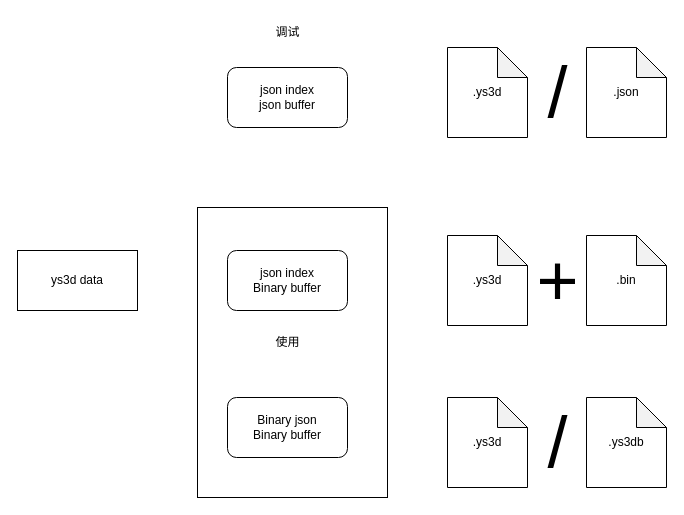
Harekaze-Misakiakeno/uml keeps this draw.io diagram as ys3d-data.drawio. Above is the earlier version. Source tidied: cells renumbered, new cells numbered last; positions are measured from the earlier drawing's top-left corner, leaving out a move shared by most shapes. Both pictures are drawn from the tidied source at 100%, with x=0, y=0 at pixel (17, 17).
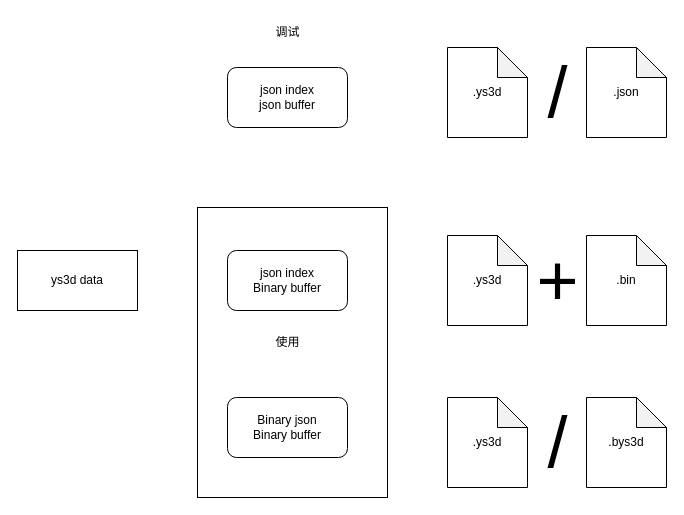
Above is the later version.

What changed in the source:
```diff
@@
 <mxGraphModel>
   <root>
     <mxCell id="0" />
     <mxCell id="1" parent="0" />
     <mxCell id="2" style="rounded=0;whiteSpace=wrap;html=1;" parent="1" vertex="1">
       <mxGeometry x="180" y="190" width="190" height="290" as="geometry" />
     </mxCell>
     <mxCell id="3" value="Binary&amp;nbsp;json&lt;div&gt;Binary buffer&lt;/div&gt;" style="rounded=1;whiteSpace=wrap;html=1;" parent="1" vertex="1">
       <mxGeometry x="210" y="380" width="120" height="60" as="geometry" />
     </mxCell>
     <mxCell id="4" value="ys3d data" style="rounded=0;whiteSpace=wrap;html=1;" parent="1" vertex="1">
       <mxGeometry y="233" width="120" height="60" as="geometry" />
     </mxCell>
     <mxCell id="5" value="&lt;div&gt;&lt;div&gt;json&amp;nbsp;&lt;span style=&quot;background-color: transparent; color: light-dark(rgb(0, 0, 0), rgb(255, 255, 255));&quot;&gt;index&lt;/span&gt;&lt;/div&gt;&lt;/div&gt;Binary buffer" style="rounded=1;whiteSpace=wrap;html=1;" parent="1" vertex="1">
       <mxGeometry x="210" y="233" width="120" height="60" as="geometry" />
     </mxCell>
     <mxCell id="6" value="&lt;div&gt;json&amp;nbsp;&lt;span style=&quot;background-color: transparent; color: light-dark(rgb(0, 0, 0), rgb(255, 255, 255));&quot;&gt;index&lt;/span&gt;&lt;/div&gt;json buffer" style="rounded=1;whiteSpace=wrap;html=1;" parent="1" vertex="1">
       <mxGeometry x="210" y="50" width="120" height="60" as="geometry" />
     </mxCell>
     <mxCell id="7" value="使用" style="text;html=1;align=center;verticalAlign=middle;strokeColor=none;fillColor=none;" parent="1" vertex="1">
       <mxGeometry x="245" y="310" width="50" height="30" as="geometry" />
     </mxCell>
     <mxCell id="8" value="调试" style="text;html=1;align=center;verticalAlign=middle;strokeColor=none;fillColor=none;" parent="1" vertex="1">
       <mxGeometry x="245" width="50" height="30" as="geometry" />
     </mxCell>
     <mxCell id="9" value=".ys3d" style="shape=note;whiteSpace=wrap;html=1;backgroundOutline=1;darkOpacity=0.05;" parent="1" vertex="1">
       <mxGeometry x="430" y="218" width="80" height="90" as="geometry" />
     </mxCell>
     <mxCell id="10" value=".ys3d" style="shape=note;whiteSpace=wrap;html=1;backgroundOutline=1;darkOpacity=0.05;" parent="1" vertex="1">
       <mxGeometry x="430" y="380" width="80" height="90" as="geometry" />
     </mxCell>
     <mxCell id="11" value=".bin" style="shape=note;whiteSpace=wrap;html=1;backgroundOutline=1;darkOpacity=0.05;" parent="1" vertex="1">
       <mxGeometry x="569" y="218" width="80" height="90" as="geometry" />
     </mxCell>
     <mxCell id="12" value="&lt;font style=&quot;font-size: 72px;&quot;&gt;+&lt;/font&gt;" style="text;html=1;align=center;verticalAlign=middle;strokeColor=none;fillColor=none;" parent="1" vertex="1">
       <mxGeometry x="505" y="213" width="70" height="100" as="geometry" />
     </mxCell>
     <mxCell id="13" value=".ys3d" style="shape=note;whiteSpace=wrap;html=1;backgroundOutline=1;darkOpacity=0.05;" parent="1" vertex="1">
       <mxGeometry x="430" y="30" width="80" height="90" as="geometry" />
     </mxCell>
     <mxCell id="14" value=".json" style="shape=note;whiteSpace=wrap;html=1;backgroundOutline=1;darkOpacity=0.05;" parent="1" vertex="1">
       <mxGeometry x="569" y="30" width="80" height="90" as="geometry" />
     </mxCell>
     <mxCell id="15" value="&lt;font style=&quot;font-size: 72px;&quot;&gt;/&lt;/font&gt;" style="text;html=1;align=center;verticalAlign=middle;strokeColor=none;fillColor=none;" parent="1" vertex="1">
       <mxGeometry x="520" y="25" width="40" height="100" as="geometry" />
     </mxCell>
-    <mxCell id="16" value=".ys3db" style="shape=note;whiteSpace=wrap;html=1;backgroundOutline=1;darkOpacity=0.05;" parent="1" vertex="1">
+    <mxCell id="16" value=".bys3d" style="shape=note;whiteSpace=wrap;html=1;backgroundOutline=1;darkOpacity=0.05;" parent="1" vertex="1">
       <mxGeometry x="569" y="380" width="80" height="90" as="geometry" />
     </mxCell>
     <mxCell id="17" value="&lt;font style=&quot;font-size: 72px;&quot;&gt;/&lt;/font&gt;" style="text;html=1;align=center;verticalAlign=middle;strokeColor=none;fillColor=none;" parent="1" vertex="1">
       <mxGeometry x="520" y="375" width="40" height="100" as="geometry" />
     </mxCell>
   </root>
 </mxGraphModel>
```
